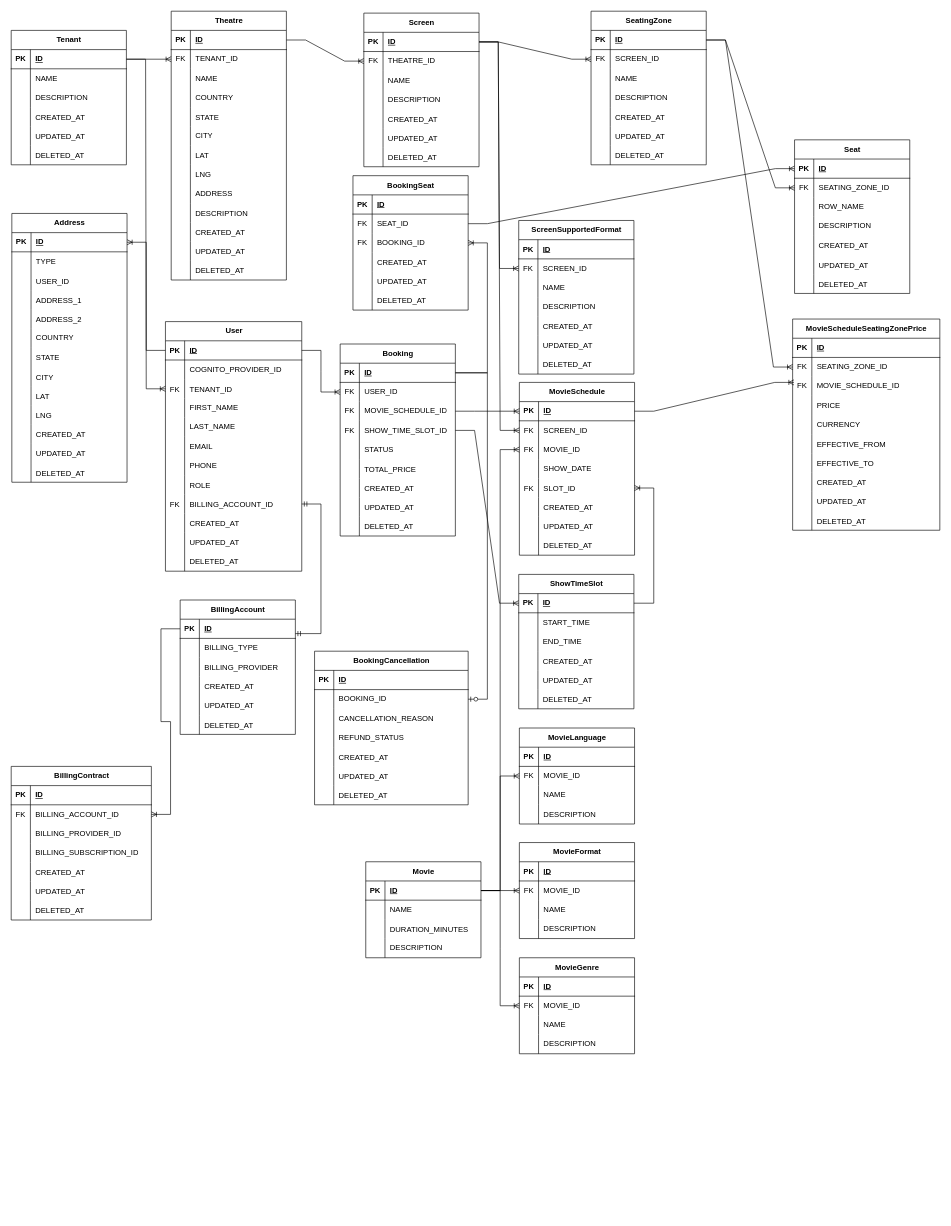
Above: Untitled Diagram.drawio in itzmedinesh/drawings (draw.io), before the change. Source tidied: cells renumbered, new cells numbered last; positions are measured from the earlier drawing's top-left corner, leaving out a move shared by most shapes. Both pictures are drawn from the tidied source at 64%, with x=0, y=0 at pixel (-47, 11).
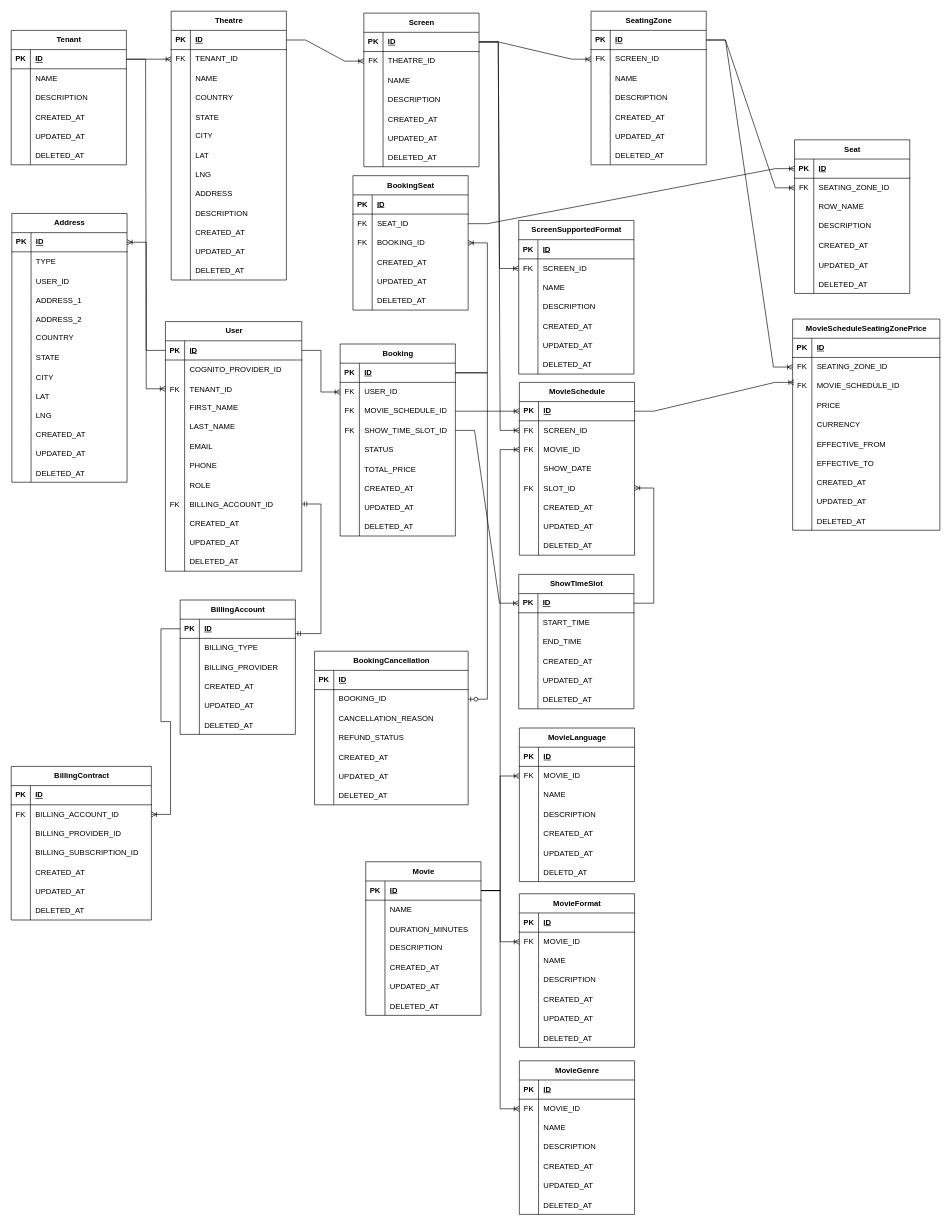
The same page after the edit.

Commit message:
audit fields update

Change to the diagram source:
```diff
@@
     <mxCell id="210" value="Movie" style="shape=table;startSize=30;childLayout=tableLayout;rowLines=0;fontStyle=1;align=center;html=1;" parent="1" vertex="1">
-      <mxGeometry x="644" y="1329" width="180" height="150" as="geometry" />
+      <mxGeometry x="644" y="1329" width="180" height="240" as="geometry" />
     </mxCell>
@@
+    <mxCell id="486" style="shape=tableRow;horizontal=0;startSize=0;swimlaneHead=0;swimlaneBody=0;fillColor=none;top=0;left=0;right=0;bottom=0;" parent="210" vertex="1">
+      <mxGeometry y="150" width="180" height="30" as="geometry" />
+    </mxCell>
+    <mxCell id="487" style="shape=partialRectangle;fillColor=none;top=0;left=0;bottom=0;right=0;overflow=hidden;" parent="486" vertex="1">
+      <mxGeometry width="30" height="30" as="geometry" />
+    </mxCell>
+    <mxCell id="488" value="CREATED_AT" style="shape=partialRectangle;fillColor=none;top=0;left=0;bottom=0;right=0;align=left;spacingLeft=6;overflow=hidden;" parent="486" vertex="1">
+      <mxGeometry x="30" width="150" height="30" as="geometry" />
+    </mxCell>
+    <mxCell id="489" style="shape=tableRow;horizontal=0;startSize=0;swimlaneHead=0;swimlaneBody=0;fillColor=none;top=0;left=0;right=0;bottom=0;" parent="210" vertex="1">
+      <mxGeometry y="180" width="180" height="30" as="geometry" />
+    </mxCell>
+    <mxCell id="490" style="shape=partialRectangle;fillColor=none;top=0;left=0;bottom=0;right=0;overflow=hidden;" parent="489" vertex="1">
+      <mxGeometry width="30" height="30" as="geometry" />
+    </mxCell>
+    <mxCell id="491" value="UPDATED_AT" style="shape=partialRectangle;fillColor=none;top=0;left=0;bottom=0;right=0;align=left;spacingLeft=6;overflow=hidden;" parent="489" vertex="1">
+      <mxGeometry x="30" width="150" height="30" as="geometry" />
+    </mxCell>
+    <mxCell id="492" style="shape=tableRow;horizontal=0;startSize=0;swimlaneHead=0;swimlaneBody=0;fillColor=none;top=0;left=0;right=0;bottom=0;" parent="210" vertex="1">
+      <mxGeometry y="210" width="180" height="30" as="geometry" />
+    </mxCell>
+    <mxCell id="493" style="shape=partialRectangle;fillColor=none;top=0;left=0;bottom=0;right=0;overflow=hidden;" parent="492" vertex="1">
+      <mxGeometry width="30" height="30" as="geometry" />
+    </mxCell>
+    <mxCell id="494" value="DELETED_AT" style="shape=partialRectangle;fillColor=none;top=0;left=0;bottom=0;right=0;align=left;spacingLeft=6;overflow=hidden;" parent="492" vertex="1">
+      <mxGeometry x="30" width="150" height="30" as="geometry" />
+    </mxCell>
     <mxCell id="223" value="MovieFormat" style="shape=table;startSize=30;childLayout=tableLayout;rowLines=0;fontStyle=1;align=center;html=1;" parent="1" vertex="1">
-      <mxGeometry x="884" y="1299" width="180" height="150" as="geometry" />
+      <mxGeometry x="884" y="1379" width="180" height="240" as="geometry" />
     </mxCell>
@@
+    <mxCell id="495" style="shape=tableRow;horizontal=0;startSize=0;swimlaneHead=0;swimlaneBody=0;fillColor=none;top=0;left=0;right=0;bottom=0;" parent="223" vertex="1">
+      <mxGeometry y="150" width="180" height="30" as="geometry" />
+    </mxCell>
+    <mxCell id="496" style="shape=partialRectangle;fillColor=none;top=0;left=0;bottom=0;right=0;overflow=hidden;" parent="495" vertex="1">
+      <mxGeometry width="30" height="30" as="geometry" />
+    </mxCell>
+    <mxCell id="497" value="CREATED_AT" style="shape=partialRectangle;fillColor=none;top=0;left=0;bottom=0;right=0;align=left;spacingLeft=6;overflow=hidden;" parent="495" vertex="1">
+      <mxGeometry x="30" width="150" height="30" as="geometry" />
+    </mxCell>
+    <mxCell id="498" style="shape=tableRow;horizontal=0;startSize=0;swimlaneHead=0;swimlaneBody=0;fillColor=none;top=0;left=0;right=0;bottom=0;" parent="223" vertex="1">
+      <mxGeometry y="180" width="180" height="30" as="geometry" />
+    </mxCell>
+    <mxCell id="499" style="shape=partialRectangle;fillColor=none;top=0;left=0;bottom=0;right=0;overflow=hidden;" parent="498" vertex="1">
+      <mxGeometry width="30" height="30" as="geometry" />
+    </mxCell>
+    <mxCell id="500" value="UPDATED_AT" style="shape=partialRectangle;fillColor=none;top=0;left=0;bottom=0;right=0;align=left;spacingLeft=6;overflow=hidden;" parent="498" vertex="1">
+      <mxGeometry x="30" width="150" height="30" as="geometry" />
+    </mxCell>
+    <mxCell id="501" style="shape=tableRow;horizontal=0;startSize=0;swimlaneHead=0;swimlaneBody=0;fillColor=none;top=0;left=0;right=0;bottom=0;" parent="223" vertex="1">
+      <mxGeometry y="210" width="180" height="30" as="geometry" />
+    </mxCell>
+    <mxCell id="502" style="shape=partialRectangle;fillColor=none;top=0;left=0;bottom=0;right=0;overflow=hidden;" parent="501" vertex="1">
+      <mxGeometry width="30" height="30" as="geometry" />
+    </mxCell>
+    <mxCell id="503" value="DELETED_AT" style="shape=partialRectangle;fillColor=none;top=0;left=0;bottom=0;right=0;align=left;spacingLeft=6;overflow=hidden;" parent="501" vertex="1">
+      <mxGeometry x="30" width="150" height="30" as="geometry" />
+    </mxCell>
     <mxCell id="236" value="MovieLanguage" style="shape=table;startSize=30;childLayout=tableLayout;rowLines=0;fontStyle=1;align=center;html=1;" parent="1" vertex="1">
-      <mxGeometry x="884" y="1120" width="180" height="150" as="geometry" />
+      <mxGeometry x="884" y="1120" width="180" height="240" as="geometry" />
     </mxCell>
@@
+    <mxCell id="504" style="shape=tableRow;horizontal=0;startSize=0;swimlaneHead=0;swimlaneBody=0;fillColor=none;top=0;left=0;right=0;bottom=0;" parent="236" vertex="1">
+      <mxGeometry y="150" width="180" height="30" as="geometry" />
+    </mxCell>
+    <mxCell id="505" style="shape=partialRectangle;fillColor=none;top=0;left=0;bottom=0;right=0;overflow=hidden;" parent="504" vertex="1">
+      <mxGeometry width="30" height="30" as="geometry" />
+    </mxCell>
+    <mxCell id="506" value="CREATED_AT" style="shape=partialRectangle;fillColor=none;top=0;left=0;bottom=0;right=0;align=left;spacingLeft=6;overflow=hidden;" parent="504" vertex="1">
+      <mxGeometry x="30" width="150" height="30" as="geometry" />
+    </mxCell>
+    <mxCell id="507" style="shape=tableRow;horizontal=0;startSize=0;swimlaneHead=0;swimlaneBody=0;fillColor=none;top=0;left=0;right=0;bottom=0;" parent="236" vertex="1">
+      <mxGeometry y="180" width="180" height="30" as="geometry" />
+    </mxCell>
+    <mxCell id="508" style="shape=partialRectangle;fillColor=none;top=0;left=0;bottom=0;right=0;overflow=hidden;" parent="507" vertex="1">
+      <mxGeometry width="30" height="30" as="geometry" />
+    </mxCell>
+    <mxCell id="509" value="UPDATED_AT" style="shape=partialRectangle;fillColor=none;top=0;left=0;bottom=0;right=0;align=left;spacingLeft=6;overflow=hidden;" parent="507" vertex="1">
+      <mxGeometry x="30" width="150" height="30" as="geometry" />
+    </mxCell>
+    <mxCell id="510" style="shape=tableRow;horizontal=0;startSize=0;swimlaneHead=0;swimlaneBody=0;fillColor=none;top=0;left=0;right=0;bottom=0;" parent="236" vertex="1">
+      <mxGeometry y="210" width="180" height="30" as="geometry" />
+    </mxCell>
+    <mxCell id="511" style="shape=partialRectangle;fillColor=none;top=0;left=0;bottom=0;right=0;overflow=hidden;" parent="510" vertex="1">
+      <mxGeometry width="30" height="30" as="geometry" />
+    </mxCell>
+    <mxCell id="512" value="DELETD_AT" style="shape=partialRectangle;fillColor=none;top=0;left=0;bottom=0;right=0;align=left;spacingLeft=6;overflow=hidden;" parent="510" vertex="1">
+      <mxGeometry x="30" width="150" height="30" as="geometry" />
+    </mxCell>
     <mxCell id="249" value="MovieGenre" style="shape=table;startSize=30;childLayout=tableLayout;rowLines=0;fontStyle=1;align=center;html=1;" parent="1" vertex="1">
-      <mxGeometry x="884" y="1479" width="180" height="150" as="geometry" />
+      <mxGeometry x="884" y="1640" width="180" height="240" as="geometry" />
     </mxCell>
@@
+    <mxCell id="513" style="shape=tableRow;horizontal=0;startSize=0;swimlaneHead=0;swimlaneBody=0;fillColor=none;top=0;left=0;right=0;bottom=0;" parent="249" vertex="1">
+      <mxGeometry y="150" width="180" height="30" as="geometry" />
+    </mxCell>
+    <mxCell id="514" style="shape=partialRectangle;fillColor=none;top=0;left=0;bottom=0;right=0;overflow=hidden;" parent="513" vertex="1">
+      <mxGeometry width="30" height="30" as="geometry" />
+    </mxCell>
+    <mxCell id="515" value="CREATED_AT" style="shape=partialRectangle;fillColor=none;top=0;left=0;bottom=0;right=0;align=left;spacingLeft=6;overflow=hidden;" parent="513" vertex="1">
+      <mxGeometry x="30" width="150" height="30" as="geometry" />
+    </mxCell>
+    <mxCell id="516" style="shape=tableRow;horizontal=0;startSize=0;swimlaneHead=0;swimlaneBody=0;fillColor=none;top=0;left=0;right=0;bottom=0;" parent="249" vertex="1">
+      <mxGeometry y="180" width="180" height="30" as="geometry" />
+    </mxCell>
+    <mxCell id="517" style="shape=partialRectangle;fillColor=none;top=0;left=0;bottom=0;right=0;overflow=hidden;" parent="516" vertex="1">
+      <mxGeometry width="30" height="30" as="geometry" />
+    </mxCell>
+    <mxCell id="518" value="UPDATED_AT" style="shape=partialRectangle;fillColor=none;top=0;left=0;bottom=0;right=0;align=left;spacingLeft=6;overflow=hidden;" parent="516" vertex="1">
+      <mxGeometry x="30" width="150" height="30" as="geometry" />
+    </mxCell>
+    <mxCell id="519" style="shape=tableRow;horizontal=0;startSize=0;swimlaneHead=0;swimlaneBody=0;fillColor=none;top=0;left=0;right=0;bottom=0;" parent="249" vertex="1">
+      <mxGeometry y="210" width="180" height="30" as="geometry" />
+    </mxCell>
+    <mxCell id="520" style="shape=partialRectangle;fillColor=none;top=0;left=0;bottom=0;right=0;overflow=hidden;" parent="519" vertex="1">
+      <mxGeometry width="30" height="30" as="geometry" />
+    </mxCell>
+    <mxCell id="521" value="DELETED_AT" style="shape=partialRectangle;fillColor=none;top=0;left=0;bottom=0;right=0;align=left;spacingLeft=6;overflow=hidden;" parent="519" vertex="1">
+      <mxGeometry x="30" width="150" height="30" as="geometry" />
+    </mxCell>
```
